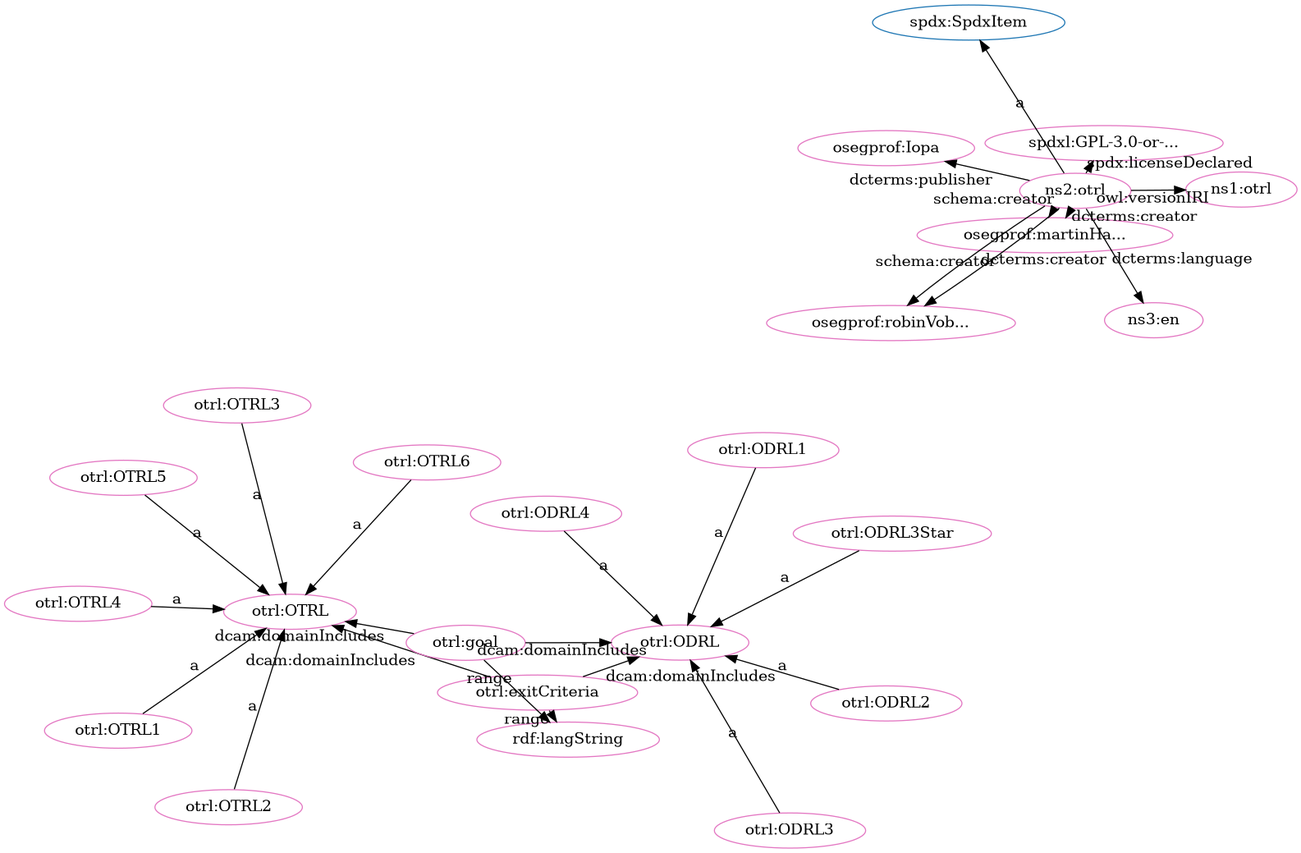
Before: src/spec/fdp_otrl-clean.png, a diagram exported from Graphviz (iop-alliance/OpenKnowHow). Its source is kept beside it as src/spec/fdp_otrl-clean.dot.
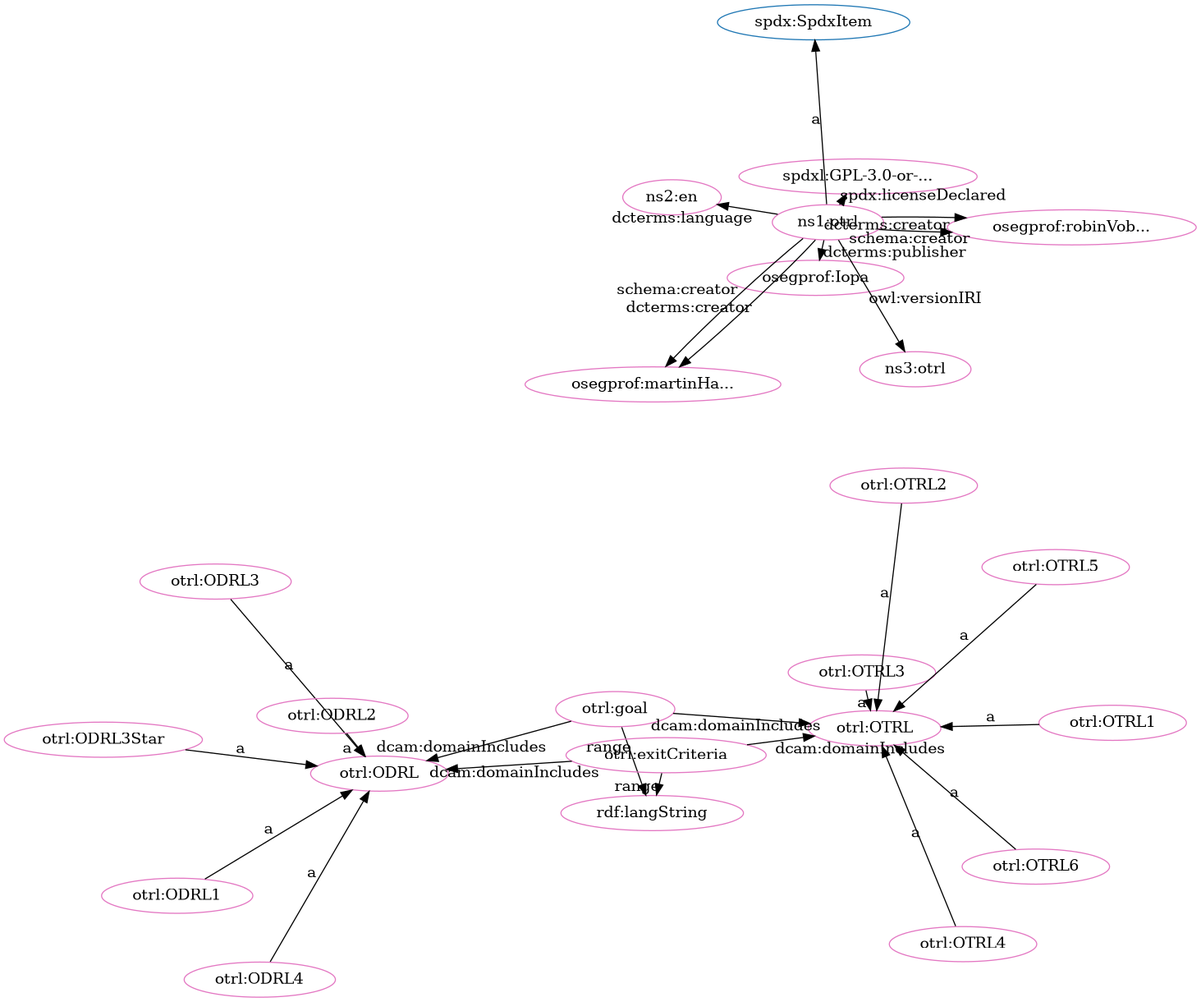
After the commit.

The edit, as a diff of the source:
```diff
@@ -2,55 +2,55 @@
   rankdir=BT
   node[height=.3]
 "http://spdx.org/rdf/terms#SpdxItem" [fillcolor="#1f77b4" color="#1f77b4" label="spdx:SpdxItem"]
+"http://w3id.org/oseg/ont/otrl#ODRL" [fillcolor="#1f77b4" color="#1f77b4" label="otrl:ODRL"]
 "http://w3id.org/oseg/ont/otrl#OTRL" [fillcolor="#1f77b4" color="#1f77b4" label="otrl:OTRL"]
-"http://w3id.org/oseg/ont/otrl#ODRL" [fillcolor="#1f77b4" color="#1f77b4" label="otrl:ODRL"]
+"http://w3id.org/oseg/ont/otrl#OTRL6" [fillcolor="#e377c2" color="#e377c2" label="otrl:OTRL6"]
+"http://w3id.org/oseg/ont/otrl#ODRL3" [fillcolor="#e377c2" color="#e377c2" label="otrl:ODRL3"]
 "http://spdx.org/licenses/GPL-3.0-or-later" [fillcolor="#e377c2" color="#e377c2" label="spdxl:GPL-3.0-or-..."]
+"http://w3id.org/oseg/ont/otrl#goal" [fillcolor="#e377c2" color="#e377c2" label="otrl:goal"]
+"http://w3id.org/oseg/ont/oseg-profiles#Iopa" [fillcolor="#e377c2" color="#e377c2" label="osegprof:Iopa"]
+"http://w3id.org/oseg/ont/otrl#OTRL3" [fillcolor="#e377c2" color="#e377c2" label="otrl:OTRL3"]
+"http://w3id.org/oseg/ont/otrl#OTRL4" [fillcolor="#e377c2" color="#e377c2" label="otrl:OTRL4"]
+"http://w3id.org/oseg/ont/otrl" [fillcolor="#e377c2" color="#e377c2" label="ns1:otrl"]
+"http://w3id.org/oseg/ont/otrl#OTRL1" [fillcolor="#e377c2" color="#e377c2" label="otrl:OTRL1"]
+"http://w3id.org/oseg/ont/otrl#ODRL3Star" [fillcolor="#e377c2" color="#e377c2" label="otrl:ODRL3Star"]
+"http://w3id.org/oseg/ont/otrl#ODRL" [fillcolor="#e377c2" color="#e377c2" label="otrl:ODRL"]
+"http://w3id.org/oseg/ont/otrl#OTRL" [fillcolor="#e377c2" color="#e377c2" label="otrl:OTRL"]
+"http://www.w3.org/1999/02/22-rdf-syntax-ns#langString" [fillcolor="#e377c2" color="#e377c2" label="rdf:langString"]
+"http://w3id.org/oseg/ont/oseg-profiles#robinVobruba" [fillcolor="#e377c2" color="#e377c2" label="osegprof:robinVob..."]
+"http://w3id.org/oseg/ont/otrl#ODRL1" [fillcolor="#e377c2" color="#e377c2" label="otrl:ODRL1"]
+"http://id.loc.gov/vocabulary/iso639-1/en" [fillcolor="#e377c2" color="#e377c2" label="ns2:en"]
 "http://w3id.org/oseg/ont/oseg-profiles#martinHaeuer" [fillcolor="#e377c2" color="#e377c2" label="osegprof:martinHa..."]
-"http://w3id.org/oseg/ont/otrl#ODRL3" [fillcolor="#e377c2" color="#e377c2" label="otrl:ODRL3"]
-"http://w3id.org/oseg/ont/otrl#ODRL" [fillcolor="#e377c2" color="#e377c2" label="otrl:ODRL"]
-"http://w3id.org/oseg/ont/otrl#OTRL3" [fillcolor="#e377c2" color="#e377c2" label="otrl:OTRL3"]
-"http://w3id.org/oseg/ont/oseg-profiles#Iopa" [fillcolor="#e377c2" color="#e377c2" label="osegprof:Iopa"]
-"http://w3id.org/oseg/ont/otrl#ODRL1" [fillcolor="#e377c2" color="#e377c2" label="otrl:ODRL1"]
+"http://w3id.org/oseg/ont/otrl#ODRL4" [fillcolor="#e377c2" color="#e377c2" label="otrl:ODRL4"]
+"http://w3id.org/oseg/ont/otrl#ODRL2" [fillcolor="#e377c2" color="#e377c2" label="otrl:ODRL2"]
+"http://w3id.org/oseg/ont/otrl#OTRL2" [fillcolor="#e377c2" color="#e377c2" label="otrl:OTRL2"]
+"http://w3id.org/oseg/ont/1.1.0/otrl" [fillcolor="#e377c2" color="#e377c2" label="ns3:otrl"]
 "http://w3id.org/oseg/ont/otrl#OTRL5" [fillcolor="#e377c2" color="#e377c2" label="otrl:OTRL5"]
-"http://w3id.org/oseg/ont/otrl#OTRL1" [fillcolor="#e377c2" color="#e377c2" label="otrl:OTRL1"]
-"http://w3id.org/oseg/ont/otrl#OTRL2" [fillcolor="#e377c2" color="#e377c2" label="otrl:OTRL2"]
 "http://w3id.org/oseg/ont/otrl#exitCriteria" [fillcolor="#e377c2" color="#e377c2" label="otrl:exitCriteria"]
-"http://www.w3.org/1999/02/22-rdf-syntax-ns#langString" [fillcolor="#e377c2" color="#e377c2" label="rdf:langString"]
-"http://w3id.org/oseg/ont/otrl#ODRL2" [fillcolor="#e377c2" color="#e377c2" label="otrl:ODRL2"]
-"http://w3id.org/oseg/ont/otrl#OTRL4" [fillcolor="#e377c2" color="#e377c2" label="otrl:OTRL4"]
-"http://w3id.org/oseg/ont/otrl#ODRL3Star" [fillcolor="#e377c2" color="#e377c2" label="otrl:ODRL3Star"]
-"http://w3id.org/oseg/ont/1.1.0/otrl" [fillcolor="#e377c2" color="#e377c2" label="ns1:otrl"]
-"http://w3id.org/oseg/ont/otrl" [fillcolor="#e377c2" color="#e377c2" label="ns2:otrl"]
-"http://w3id.org/oseg/ont/oseg-profiles#robinVobruba" [fillcolor="#e377c2" color="#e377c2" label="osegprof:robinVob..."]
-"http://w3id.org/oseg/ont/otrl#ODRL4" [fillcolor="#e377c2" color="#e377c2" label="otrl:ODRL4"]
-"http://w3id.org/oseg/ont/otrl#OTRL" [fillcolor="#e377c2" color="#e377c2" label="otrl:OTRL"]
-"http://id.loc.gov/vocabulary/iso639-1/en" [fillcolor="#e377c2" color="#e377c2" label="ns3:en"]
-"http://w3id.org/oseg/ont/otrl#goal" [fillcolor="#e377c2" color="#e377c2" label="otrl:goal"]
-"http://w3id.org/oseg/ont/otrl#OTRL6" [fillcolor="#e377c2" color="#e377c2" label="otrl:OTRL6"]
+  "http://w3id.org/oseg/ont/otrl#OTRL6" -> "http://w3id.org/oseg/ont/otrl#OTRL" [label="a"]
+  "http://w3id.org/oseg/ont/otrl#ODRL3" -> "http://w3id.org/oseg/ont/otrl#ODRL" [label="a"]
+  "http://w3id.org/oseg/ont/otrl" -> "http://w3id.org/oseg/ont/oseg-profiles#Iopa" [label="dcterms:publisher"]
+  "http://w3id.org/oseg/ont/otrl#OTRL4" -> "http://w3id.org/oseg/ont/otrl#OTRL" [label="a"]
+  "http://w3id.org/oseg/ont/otrl#OTRL1" -> "http://w3id.org/oseg/ont/otrl#OTRL" [label="a"]
+  "http://w3id.org/oseg/ont/otrl#goal" -> "http://w3id.org/oseg/ont/otrl#ODRL" [label="dcam:domainIncludes"]
+  "http://w3id.org/oseg/ont/otrl#goal" -> "http://w3id.org/oseg/ont/otrl#OTRL" [label="dcam:domainIncludes"]
+  "http://w3id.org/oseg/ont/otrl#ODRL1" -> "http://w3id.org/oseg/ont/otrl#ODRL" [label="a"]
   "http://w3id.org/oseg/ont/otrl" -> "http://w3id.org/oseg/ont/oseg-profiles#martinHaeuer" [label="dcterms:creator"]
-  "http://w3id.org/oseg/ont/otrl#ODRL3" -> "http://w3id.org/oseg/ont/otrl#ODRL" [label="a"]
+  "http://w3id.org/oseg/ont/otrl#ODRL2" -> "http://w3id.org/oseg/ont/otrl#ODRL" [label="a"]
+  "http://w3id.org/oseg/ont/otrl#goal" -> "http://www.w3.org/1999/02/22-rdf-syntax-ns#langString" [label="range"]
+  "http://w3id.org/oseg/ont/otrl" -> "http://spdx.org/licenses/GPL-3.0-or-later" [label="spdx:licenseDeclared"]
   "http://w3id.org/oseg/ont/otrl#OTRL3" -> "http://w3id.org/oseg/ont/otrl#OTRL" [label="a"]
-  "http://w3id.org/oseg/ont/otrl#ODRL1" -> "http://w3id.org/oseg/ont/otrl#ODRL" [label="a"]
+  "http://w3id.org/oseg/ont/otrl#ODRL3Star" -> "http://w3id.org/oseg/ont/otrl#ODRL" [label="a"]
+  "http://w3id.org/oseg/ont/otrl#exitCriteria" -> "http://www.w3.org/1999/02/22-rdf-syntax-ns#langString" [label="range"]
+  "http://w3id.org/oseg/ont/otrl" -> "http://w3id.org/oseg/ont/oseg-profiles#robinVobruba" [label="dcterms:creator"]
+  "http://w3id.org/oseg/ont/otrl" -> "http://id.loc.gov/vocabulary/iso639-1/en" [label="dcterms:language"]
+  "http://w3id.org/oseg/ont/otrl#ODRL4" -> "http://w3id.org/oseg/ont/otrl#ODRL" [label="a"]
+  "http://w3id.org/oseg/ont/otrl" -> "http://w3id.org/oseg/ont/oseg-profiles#martinHaeuer" [label="schema:creator"]
+  "http://w3id.org/oseg/ont/otrl#OTRL2" -> "http://w3id.org/oseg/ont/otrl#OTRL" [label="a"]
+  "http://w3id.org/oseg/ont/otrl" -> "http://w3id.org/oseg/ont/1.1.0/otrl" [label="owl:versionIRI"]
   "http://w3id.org/oseg/ont/otrl#OTRL5" -> "http://w3id.org/oseg/ont/otrl#OTRL" [label="a"]
-  "http://w3id.org/oseg/ont/otrl#OTRL2" -> "http://w3id.org/oseg/ont/otrl#OTRL" [label="a"]
-  "http://w3id.org/oseg/ont/otrl#exitCriteria" -> "http://www.w3.org/1999/02/22-rdf-syntax-ns#langString" [label="range"]
-  "http://w3id.org/oseg/ont/otrl#ODRL2" -> "http://w3id.org/oseg/ont/otrl#ODRL" [label="a"]
-  "http://w3id.org/oseg/ont/otrl#ODRL3Star" -> "http://w3id.org/oseg/ont/otrl#ODRL" [label="a"]
-  "http://w3id.org/oseg/ont/otrl" -> "http://w3id.org/oseg/ont/1.1.0/otrl" [label="owl:versionIRI"]
-  "http://w3id.org/oseg/ont/otrl#goal" -> "http://w3id.org/oseg/ont/otrl#ODRL" [label="dcam:domainIncludes"]
+  "http://w3id.org/oseg/ont/otrl#exitCriteria" -> "http://w3id.org/oseg/ont/otrl#ODRL" [label="dcam:domainIncludes"]
+  "http://w3id.org/oseg/ont/otrl#exitCriteria" -> "http://w3id.org/oseg/ont/otrl#OTRL" [label="dcam:domainIncludes"]
   "http://w3id.org/oseg/ont/otrl" -> "http://w3id.org/oseg/ont/oseg-profiles#robinVobruba" [label="schema:creator"]
-  "http://w3id.org/oseg/ont/otrl#goal" -> "http://www.w3.org/1999/02/22-rdf-syntax-ns#langString" [label="range"]
-  "http://w3id.org/oseg/ont/otrl" -> "http://w3id.org/oseg/ont/oseg-profiles#martinHaeuer" [label="schema:creator"]
-  "http://w3id.org/oseg/ont/otrl#OTRL6" -> "http://w3id.org/oseg/ont/otrl#OTRL" [label="a"]
-  "http://w3id.org/oseg/ont/otrl#exitCriteria" -> "http://w3id.org/oseg/ont/otrl#OTRL" [label="dcam:domainIncludes"]
-  "http://w3id.org/oseg/ont/otrl" -> "http://spdx.org/licenses/GPL-3.0-or-later" [label="spdx:licenseDeclared"]
-  "http://w3id.org/oseg/ont/otrl#exitCriteria" -> "http://w3id.org/oseg/ont/otrl#ODRL" [label="dcam:domainIncludes"]
-  "http://w3id.org/oseg/ont/otrl" -> "http://w3id.org/oseg/ont/oseg-profiles#Iopa" [label="dcterms:publisher"]
-  "http://w3id.org/oseg/ont/otrl#OTRL1" -> "http://w3id.org/oseg/ont/otrl#OTRL" [label="a"]
-  "http://w3id.org/oseg/ont/otrl#OTRL4" -> "http://w3id.org/oseg/ont/otrl#OTRL" [label="a"]
-  "http://w3id.org/oseg/ont/otrl#ODRL4" -> "http://w3id.org/oseg/ont/otrl#ODRL" [label="a"]
-  "http://w3id.org/oseg/ont/otrl" -> "http://w3id.org/oseg/ont/oseg-profiles#robinVobruba" [label="dcterms:creator"]
   "http://w3id.org/oseg/ont/otrl" -> "http://spdx.org/rdf/terms#SpdxItem" [label="a"]
-  "http://w3id.org/oseg/ont/otrl#goal" -> "http://w3id.org/oseg/ont/otrl#OTRL" [label="dcam:domainIncludes"]
-  "http://w3id.org/oseg/ont/otrl" -> "http://id.loc.gov/vocabulary/iso639-1/en" [label="dcterms:language"]
 }
```
